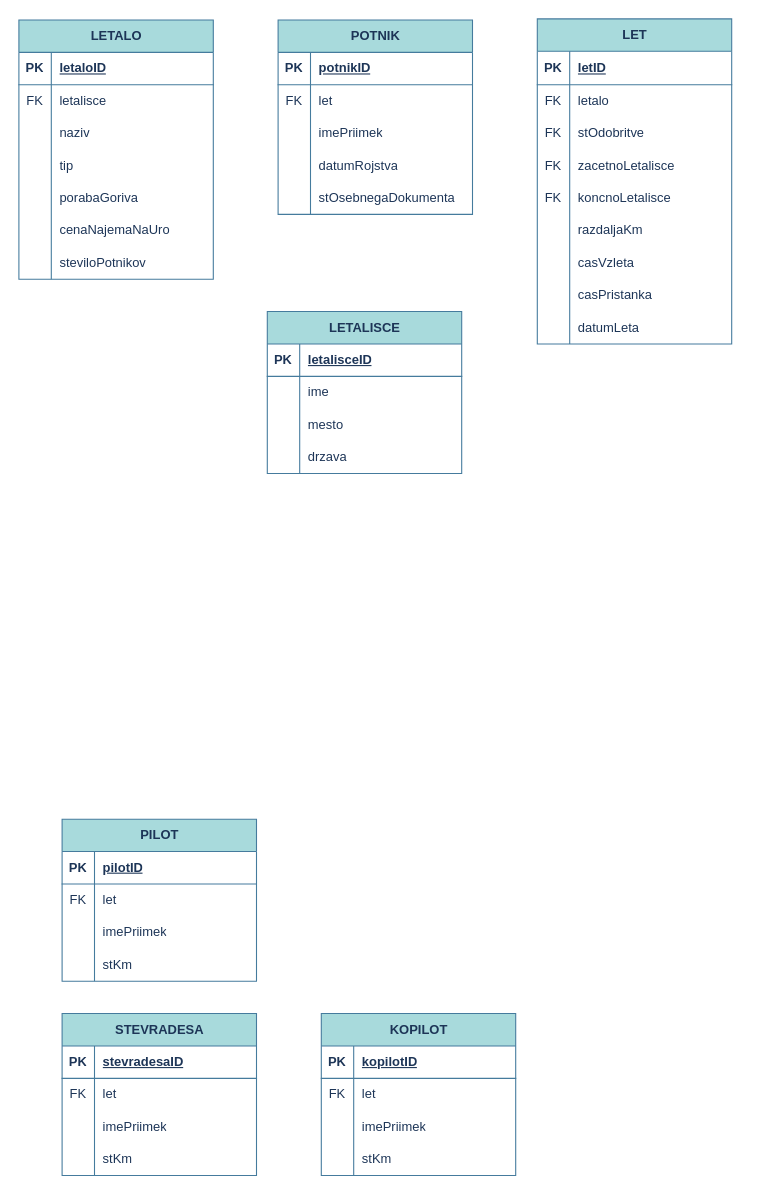
The draw.io diagram Untitled Diagram.drawio in money-beep/pb, before the edit. Source tidied: cells renumbered, new cells numbered last; positions are measured from the earlier drawing's top-left corner, leaving out a move shared by most shapes. Both pictures are drawn from the tidied source at 108%, with x=0, y=0 at pixel (18, 18).
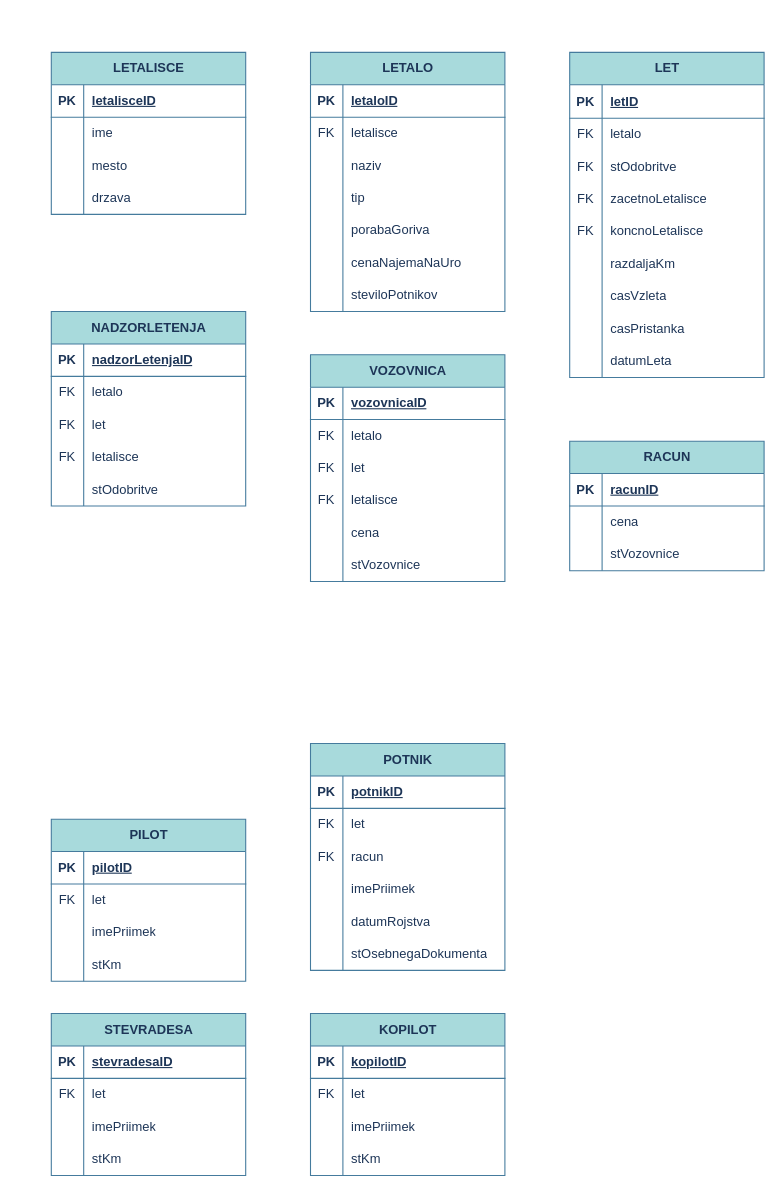
Above is the later version.

Change to the diagram source:
```diff
@@
     <mxCell id="2" value="POTNIK" style="shape=table;startSize=30;childLayout=tableLayout;rowLines=0;fontStyle=1;align=center;html=1;rounded=0;labelBackgroundColor=none;fillColor=#A8DADC;strokeColor=#457B9D;fontColor=#1D3557;" parent="1" vertex="1">
-      <mxGeometry x="240" y="1" width="180" height="180" as="geometry" />
+      <mxGeometry x="270" y="671" width="180" height="210" as="geometry" />
     </mxCell>
@@
+    <mxCell id="120" style="shape=tableRow;horizontal=0;startSize=0;swimlaneHead=0;swimlaneBody=0;fillColor=none;top=0;left=0;right=0;bottom=0;rounded=0;labelBackgroundColor=none;strokeColor=#457B9D;fontColor=#1D3557;" parent="2" vertex="1">
+      <mxGeometry y="90" width="180" height="30" as="geometry" />
+    </mxCell>
+    <mxCell id="121" value="FK" style="shape=partialRectangle;fillColor=none;top=0;left=0;bottom=0;right=0;overflow=hidden;whiteSpace=wrap;html=1;rounded=0;labelBackgroundColor=none;strokeColor=#457B9D;fontColor=#1D3557;" parent="120" vertex="1">
+      <mxGeometry width="30" height="30" as="geometry" />
+    </mxCell>
+    <mxCell id="122" value="racun" style="shape=partialRectangle;fillColor=none;top=0;left=0;bottom=0;right=0;align=left;spacingLeft=6;overflow=hidden;whiteSpace=wrap;html=1;rounded=0;labelBackgroundColor=none;strokeColor=#457B9D;fontColor=#1D3557;" parent="120" vertex="1">
+      <mxGeometry x="30" width="150" height="30" as="geometry" />
+    </mxCell>
     <mxCell id="9" style="shape=tableRow;horizontal=0;startSize=0;swimlaneHead=0;swimlaneBody=0;fillColor=none;top=0;left=0;right=0;bottom=0;rounded=0;labelBackgroundColor=none;strokeColor=#457B9D;fontColor=#1D3557;" parent="2" vertex="1">
-      <mxGeometry y="90" width="180" height="30" as="geometry" />
+      <mxGeometry y="120" width="180" height="30" as="geometry" />
     </mxCell>
@@
     <mxCell id="12" style="shape=tableRow;horizontal=0;startSize=0;swimlaneHead=0;swimlaneBody=0;fillColor=none;top=0;left=0;right=0;bottom=0;rounded=0;labelBackgroundColor=none;strokeColor=#457B9D;fontColor=#1D3557;" parent="2" vertex="1">
-      <mxGeometry y="120" width="180" height="30" as="geometry" />
+      <mxGeometry y="150" width="180" height="30" as="geometry" />
     </mxCell>
@@
     <mxCell id="15" style="shape=tableRow;horizontal=0;startSize=0;swimlaneHead=0;swimlaneBody=0;fillColor=none;top=0;left=0;right=0;bottom=0;rounded=0;labelBackgroundColor=none;strokeColor=#457B9D;fontColor=#1D3557;" parent="2" vertex="1">
-      <mxGeometry y="150" width="180" height="30" as="geometry" />
+      <mxGeometry y="180" width="180" height="30" as="geometry" />
     </mxCell>
@@
     <mxCell id="18" value="LET" style="shape=table;startSize=30;childLayout=tableLayout;rowLines=0;fontStyle=1;align=center;html=1;rounded=0;labelBackgroundColor=none;fillColor=#A8DADC;strokeColor=#457B9D;fontColor=#1D3557;" parent="1" vertex="1">
-      <mxGeometry x="480" width="180" height="301" as="geometry" />
+      <mxGeometry x="510" y="31" width="180" height="301" as="geometry" />
     </mxCell>
@@
     <mxCell id="46" value="LETALO" style="shape=table;startSize=30;childLayout=tableLayout;rowLines=0;fontStyle=1;align=center;html=1;rounded=0;labelBackgroundColor=none;fillColor=#A8DADC;strokeColor=#457B9D;fontColor=#1D3557;" parent="1" vertex="1">
-      <mxGeometry y="1" width="180" height="240" as="geometry" />
+      <mxGeometry x="270" y="31" width="180" height="240" as="geometry" />
     </mxCell>
@@
     <mxCell id="68" value="PILOT" style="shape=table;startSize=30;childLayout=tableLayout;rowLines=0;fontStyle=1;align=center;html=1;rounded=0;labelBackgroundColor=none;fillColor=#A8DADC;strokeColor=#457B9D;fontColor=#1D3557;" parent="1" vertex="1">
-      <mxGeometry x="40" y="741" width="180" height="150" as="geometry" />
+      <mxGeometry x="30" y="741" width="180" height="150" as="geometry" />
     </mxCell>
@@
     <mxCell id="81" value="LETALISCE" style="shape=table;startSize=30;childLayout=tableLayout;rowLines=0;fontStyle=1;align=center;html=1;rounded=0;labelBackgroundColor=none;fillColor=#A8DADC;strokeColor=#457B9D;fontColor=#1D3557;" parent="1" vertex="1">
-      <mxGeometry x="230" y="271" width="180" height="150" as="geometry" />
+      <mxGeometry x="30" y="31" width="180" height="150" as="geometry" />
     </mxCell>
@@
     <mxCell id="94" value="STEVRADESA" style="shape=table;startSize=30;childLayout=tableLayout;rowLines=0;fontStyle=1;align=center;html=1;rounded=0;labelBackgroundColor=none;fillColor=#A8DADC;strokeColor=#457B9D;fontColor=#1D3557;" parent="1" vertex="1">
-      <mxGeometry x="40" y="921" width="180" height="150" as="geometry" />
+      <mxGeometry x="30" y="921" width="180" height="150" as="geometry" />
     </mxCell>
@@
     <mxCell id="107" value="KOPILOT" style="shape=table;startSize=30;childLayout=tableLayout;rowLines=0;fontStyle=1;align=center;html=1;rounded=0;labelBackgroundColor=none;fillColor=#A8DADC;strokeColor=#457B9D;fontColor=#1D3557;" parent="1" vertex="1">
-      <mxGeometry x="280" y="921" width="180" height="150" as="geometry" />
+      <mxGeometry x="270" y="921" width="180" height="150" as="geometry" />
     </mxCell>
@@
+    <mxCell id="123" value="NADZORLETENJA" style="shape=table;startSize=30;childLayout=tableLayout;rowLines=0;fontStyle=1;align=center;html=1;rounded=0;labelBackgroundColor=none;fillColor=#A8DADC;strokeColor=#457B9D;fontColor=#1D3557;" parent="1" vertex="1">
+      <mxGeometry x="30" y="271" width="180" height="180" as="geometry" />
+    </mxCell>
+    <mxCell id="124" style="shape=tableRow;horizontal=0;startSize=0;swimlaneHead=0;swimlaneBody=0;fillColor=none;top=0;left=0;right=0;bottom=1;rounded=0;labelBackgroundColor=none;strokeColor=#457B9D;fontColor=#1D3557;" parent="123" vertex="1">
+      <mxGeometry y="30" width="180" height="30" as="geometry" />
+    </mxCell>
+    <mxCell id="125" value="PK" style="shape=partialRectangle;fillColor=none;top=0;left=0;bottom=0;right=0;fontStyle=1;overflow=hidden;whiteSpace=wrap;html=1;rounded=0;labelBackgroundColor=none;strokeColor=#457B9D;fontColor=#1D3557;" parent="124" vertex="1">
+      <mxGeometry width="30" height="30" as="geometry" />
+    </mxCell>
+    <mxCell id="126" value="nadzorLetenjaID" style="shape=partialRectangle;fillColor=none;top=0;left=0;bottom=0;right=0;align=left;spacingLeft=6;fontStyle=5;overflow=hidden;whiteSpace=wrap;html=1;rounded=0;labelBackgroundColor=none;strokeColor=#457B9D;fontColor=#1D3557;" parent="124" vertex="1">
+      <mxGeometry x="30" width="150" height="30" as="geometry" />
+    </mxCell>
+    <mxCell id="127" style="shape=tableRow;horizontal=0;startSize=0;swimlaneHead=0;swimlaneBody=0;fillColor=none;top=0;left=0;right=0;bottom=0;rounded=0;labelBackgroundColor=none;strokeColor=#457B9D;fontColor=#1D3557;" parent="123" vertex="1">
+      <mxGeometry y="60" width="180" height="30" as="geometry" />
+    </mxCell>
+    <mxCell id="128" value="FK" style="shape=partialRectangle;fillColor=none;top=0;left=0;bottom=0;right=0;overflow=hidden;whiteSpace=wrap;html=1;rounded=0;labelBackgroundColor=none;strokeColor=#457B9D;fontColor=#1D3557;" parent="127" vertex="1">
+      <mxGeometry width="30" height="30" as="geometry" />
+    </mxCell>
+    <mxCell id="129" value="letalo" style="shape=partialRectangle;fillColor=none;top=0;left=0;bottom=0;right=0;align=left;spacingLeft=6;overflow=hidden;whiteSpace=wrap;html=1;rounded=0;labelBackgroundColor=none;strokeColor=#457B9D;fontColor=#1D3557;" parent="127" vertex="1">
+      <mxGeometry x="30" width="150" height="30" as="geometry" />
+    </mxCell>
+    <mxCell id="130" style="shape=tableRow;horizontal=0;startSize=0;swimlaneHead=0;swimlaneBody=0;fillColor=none;top=0;left=0;right=0;bottom=0;rounded=0;labelBackgroundColor=none;strokeColor=#457B9D;fontColor=#1D3557;" parent="123" vertex="1">
+      <mxGeometry y="90" width="180" height="30" as="geometry" />
+    </mxCell>
+    <mxCell id="131" value="FK" style="shape=partialRectangle;fillColor=none;top=0;left=0;bottom=0;right=0;overflow=hidden;whiteSpace=wrap;html=1;rounded=0;labelBackgroundColor=none;strokeColor=#457B9D;fontColor=#1D3557;" parent="130" vertex="1">
+      <mxGeometry width="30" height="30" as="geometry" />
+    </mxCell>
+    <mxCell id="132" value="let" style="shape=partialRectangle;fillColor=none;top=0;left=0;bottom=0;right=0;align=left;spacingLeft=6;overflow=hidden;whiteSpace=wrap;html=1;rounded=0;labelBackgroundColor=none;strokeColor=#457B9D;fontColor=#1D3557;" parent="130" vertex="1">
+      <mxGeometry x="30" width="150" height="30" as="geometry" />
+    </mxCell>
+    <mxCell id="133" style="shape=tableRow;horizontal=0;startSize=0;swimlaneHead=0;swimlaneBody=0;fillColor=none;top=0;left=0;right=0;bottom=0;rounded=0;labelBackgroundColor=none;strokeColor=#457B9D;fontColor=#1D3557;" parent="123" vertex="1">
+      <mxGeometry y="120" width="180" height="30" as="geometry" />
+    </mxCell>
+    <mxCell id="134" value="FK" style="shape=partialRectangle;fillColor=none;top=0;left=0;bottom=0;right=0;overflow=hidden;whiteSpace=wrap;html=1;rounded=0;labelBackgroundColor=none;strokeColor=#457B9D;fontColor=#1D3557;" parent="133" vertex="1">
+      <mxGeometry width="30" height="30" as="geometry" />
+    </mxCell>
+    <mxCell id="135" value="letalisce" style="shape=partialRectangle;fillColor=none;top=0;left=0;bottom=0;right=0;align=left;spacingLeft=6;overflow=hidden;whiteSpace=wrap;html=1;rounded=0;labelBackgroundColor=none;strokeColor=#457B9D;fontColor=#1D3557;" parent="133" vertex="1">
+      <mxGeometry x="30" width="150" height="30" as="geometry" />
+    </mxCell>
+    <mxCell id="136" style="shape=tableRow;horizontal=0;startSize=0;swimlaneHead=0;swimlaneBody=0;fillColor=none;top=0;left=0;right=0;bottom=0;rounded=0;labelBackgroundColor=none;strokeColor=#457B9D;fontColor=#1D3557;" parent="123" vertex="1">
+      <mxGeometry y="150" width="180" height="30" as="geometry" />
+    </mxCell>
+    <mxCell id="137" style="shape=partialRectangle;fillColor=none;top=0;left=0;bottom=0;right=0;overflow=hidden;whiteSpace=wrap;html=1;rounded=0;labelBackgroundColor=none;strokeColor=#457B9D;fontColor=#1D3557;" parent="136" vertex="1">
+      <mxGeometry width="30" height="30" as="geometry" />
+    </mxCell>
+    <mxCell id="138" value="stOdobritve" style="shape=partialRectangle;fillColor=none;top=0;left=0;bottom=0;right=0;align=left;spacingLeft=6;overflow=hidden;whiteSpace=wrap;html=1;rounded=0;labelBackgroundColor=none;strokeColor=#457B9D;fontColor=#1D3557;" parent="136" vertex="1">
+      <mxGeometry x="30" width="150" height="30" as="geometry" />
+    </mxCell>
+    <mxCell id="139" value="VOZOVNICA" style="shape=table;startSize=30;childLayout=tableLayout;rowLines=0;fontStyle=1;align=center;html=1;rounded=0;labelBackgroundColor=none;fillColor=#A8DADC;strokeColor=#457B9D;fontColor=#1D3557;" parent="1" vertex="1">
+      <mxGeometry x="270" y="311" width="180" height="210" as="geometry" />
+    </mxCell>
+    <mxCell id="140" style="shape=tableRow;horizontal=0;startSize=0;swimlaneHead=0;swimlaneBody=0;fillColor=none;top=0;left=0;right=0;bottom=1;rounded=0;labelBackgroundColor=none;strokeColor=#457B9D;fontColor=#1D3557;" parent="139" vertex="1">
+      <mxGeometry y="30" width="180" height="30" as="geometry" />
+    </mxCell>
+    <mxCell id="141" value="PK" style="shape=partialRectangle;fillColor=none;top=0;left=0;bottom=0;right=0;fontStyle=1;overflow=hidden;whiteSpace=wrap;html=1;rounded=0;labelBackgroundColor=none;strokeColor=#457B9D;fontColor=#1D3557;" parent="140" vertex="1">
+      <mxGeometry width="30" height="30" as="geometry" />
+    </mxCell>
+    <mxCell id="142" value="vozovnicaID" style="shape=partialRectangle;fillColor=none;top=0;left=0;bottom=0;right=0;align=left;spacingLeft=6;fontStyle=5;overflow=hidden;whiteSpace=wrap;html=1;rounded=0;labelBackgroundColor=none;strokeColor=#457B9D;fontColor=#1D3557;" parent="140" vertex="1">
+      <mxGeometry x="30" width="150" height="30" as="geometry" />
+    </mxCell>
+    <mxCell id="143" style="shape=tableRow;horizontal=0;startSize=0;swimlaneHead=0;swimlaneBody=0;fillColor=none;top=0;left=0;right=0;bottom=0;rounded=0;labelBackgroundColor=none;strokeColor=#457B9D;fontColor=#1D3557;" parent="139" vertex="1">
+      <mxGeometry y="60" width="180" height="30" as="geometry" />
+    </mxCell>
+    <mxCell id="144" value="FK" style="shape=partialRectangle;fillColor=none;top=0;left=0;bottom=0;right=0;overflow=hidden;whiteSpace=wrap;html=1;rounded=0;labelBackgroundColor=none;strokeColor=#457B9D;fontColor=#1D3557;" parent="143" vertex="1">
+      <mxGeometry width="30" height="30" as="geometry" />
+    </mxCell>
+    <mxCell id="145" value="letalo" style="shape=partialRectangle;fillColor=none;top=0;left=0;bottom=0;right=0;align=left;spacingLeft=6;overflow=hidden;whiteSpace=wrap;html=1;rounded=0;labelBackgroundColor=none;strokeColor=#457B9D;fontColor=#1D3557;" parent="143" vertex="1">
+      <mxGeometry x="30" width="150" height="30" as="geometry" />
+    </mxCell>
+    <mxCell id="146" style="shape=tableRow;horizontal=0;startSize=0;swimlaneHead=0;swimlaneBody=0;fillColor=none;top=0;left=0;right=0;bottom=0;rounded=0;labelBackgroundColor=none;strokeColor=#457B9D;fontColor=#1D3557;" parent="139" vertex="1">
+      <mxGeometry y="90" width="180" height="30" as="geometry" />
+    </mxCell>
+    <mxCell id="147" value="FK" style="shape=partialRectangle;fillColor=none;top=0;left=0;bottom=0;right=0;overflow=hidden;whiteSpace=wrap;html=1;rounded=0;labelBackgroundColor=none;strokeColor=#457B9D;fontColor=#1D3557;" parent="146" vertex="1">
+      <mxGeometry width="30" height="30" as="geometry" />
+    </mxCell>
+    <mxCell id="148" value="let" style="shape=partialRectangle;fillColor=none;top=0;left=0;bottom=0;right=0;align=left;spacingLeft=6;overflow=hidden;whiteSpace=wrap;html=1;rounded=0;labelBackgroundColor=none;strokeColor=#457B9D;fontColor=#1D3557;" parent="146" vertex="1">
+      <mxGeometry x="30" width="150" height="30" as="geometry" />
+    </mxCell>
+    <mxCell id="149" style="shape=tableRow;horizontal=0;startSize=0;swimlaneHead=0;swimlaneBody=0;fillColor=none;top=0;left=0;right=0;bottom=0;rounded=0;labelBackgroundColor=none;strokeColor=#457B9D;fontColor=#1D3557;" parent="139" vertex="1">
+      <mxGeometry y="120" width="180" height="30" as="geometry" />
+    </mxCell>
+    <mxCell id="150" value="FK" style="shape=partialRectangle;fillColor=none;top=0;left=0;bottom=0;right=0;overflow=hidden;whiteSpace=wrap;html=1;rounded=0;labelBackgroundColor=none;strokeColor=#457B9D;fontColor=#1D3557;" parent="149" vertex="1">
+      <mxGeometry width="30" height="30" as="geometry" />
+    </mxCell>
+    <mxCell id="151" value="letalisce" style="shape=partialRectangle;fillColor=none;top=0;left=0;bottom=0;right=0;align=left;spacingLeft=6;overflow=hidden;whiteSpace=wrap;html=1;rounded=0;labelBackgroundColor=none;strokeColor=#457B9D;fontColor=#1D3557;" parent="149" vertex="1">
+      <mxGeometry x="30" width="150" height="30" as="geometry" />
+    </mxCell>
+    <mxCell id="152" style="shape=tableRow;horizontal=0;startSize=0;swimlaneHead=0;swimlaneBody=0;fillColor=none;top=0;left=0;right=0;bottom=0;rounded=0;labelBackgroundColor=none;strokeColor=#457B9D;fontColor=#1D3557;" parent="139" vertex="1">
+      <mxGeometry y="150" width="180" height="30" as="geometry" />
+    </mxCell>
+    <mxCell id="153" style="shape=partialRectangle;fillColor=none;top=0;left=0;bottom=0;right=0;overflow=hidden;whiteSpace=wrap;html=1;rounded=0;labelBackgroundColor=none;strokeColor=#457B9D;fontColor=#1D3557;" parent="152" vertex="1">
+      <mxGeometry width="30" height="30" as="geometry" />
+    </mxCell>
+    <mxCell id="154" value="cena" style="shape=partialRectangle;fillColor=none;top=0;left=0;bottom=0;right=0;align=left;spacingLeft=6;overflow=hidden;whiteSpace=wrap;html=1;rounded=0;labelBackgroundColor=none;strokeColor=#457B9D;fontColor=#1D3557;" parent="152" vertex="1">
+      <mxGeometry x="30" width="150" height="30" as="geometry" />
+    </mxCell>
+    <mxCell id="155" style="shape=tableRow;horizontal=0;startSize=0;swimlaneHead=0;swimlaneBody=0;fillColor=none;top=0;left=0;right=0;bottom=0;rounded=0;labelBackgroundColor=none;strokeColor=#457B9D;fontColor=#1D3557;" parent="139" vertex="1">
+      <mxGeometry y="180" width="180" height="30" as="geometry" />
+    </mxCell>
+    <mxCell id="156" style="shape=partialRectangle;fillColor=none;top=0;left=0;bottom=0;right=0;overflow=hidden;whiteSpace=wrap;html=1;rounded=0;labelBackgroundColor=none;strokeColor=#457B9D;fontColor=#1D3557;" parent="155" vertex="1">
+      <mxGeometry width="30" height="30" as="geometry" />
+    </mxCell>
+    <mxCell id="157" value="stVozovnice" style="shape=partialRectangle;fillColor=none;top=0;left=0;bottom=0;right=0;align=left;spacingLeft=6;overflow=hidden;whiteSpace=wrap;html=1;rounded=0;labelBackgroundColor=none;strokeColor=#457B9D;fontColor=#1D3557;" parent="155" vertex="1">
+      <mxGeometry x="30" width="150" height="30" as="geometry" />
+    </mxCell>
+    <mxCell id="158" value="RACUN" style="shape=table;startSize=30;childLayout=tableLayout;rowLines=0;fontStyle=1;align=center;html=1;rounded=0;labelBackgroundColor=none;fillColor=#A8DADC;strokeColor=#457B9D;fontColor=#1D3557;" parent="1" vertex="1">
+      <mxGeometry x="510" y="391" width="180" height="120" as="geometry" />
+    </mxCell>
+    <mxCell id="159" style="shape=tableRow;horizontal=0;startSize=0;swimlaneHead=0;swimlaneBody=0;fillColor=none;top=0;left=0;right=0;bottom=1;rounded=0;labelBackgroundColor=none;strokeColor=#457B9D;fontColor=#1D3557;" parent="158" vertex="1">
+      <mxGeometry y="30" width="180" height="30" as="geometry" />
+    </mxCell>
+    <mxCell id="160" value="PK" style="shape=partialRectangle;fillColor=none;top=0;left=0;bottom=0;right=0;fontStyle=1;overflow=hidden;whiteSpace=wrap;html=1;rounded=0;labelBackgroundColor=none;strokeColor=#457B9D;fontColor=#1D3557;" parent="159" vertex="1">
+      <mxGeometry width="30" height="30" as="geometry" />
+    </mxCell>
+    <mxCell id="161" value="racunID" style="shape=partialRectangle;fillColor=none;top=0;left=0;bottom=0;right=0;align=left;spacingLeft=6;fontStyle=5;overflow=hidden;whiteSpace=wrap;html=1;rounded=0;labelBackgroundColor=none;strokeColor=#457B9D;fontColor=#1D3557;" parent="159" vertex="1">
+      <mxGeometry x="30" width="150" height="30" as="geometry" />
+    </mxCell>
+    <mxCell id="162" style="shape=tableRow;horizontal=0;startSize=0;swimlaneHead=0;swimlaneBody=0;fillColor=none;top=0;left=0;right=0;bottom=0;rounded=0;labelBackgroundColor=none;strokeColor=#457B9D;fontColor=#1D3557;" parent="158" vertex="1">
+      <mxGeometry y="60" width="180" height="30" as="geometry" />
+    </mxCell>
+    <mxCell id="163" style="shape=partialRectangle;fillColor=none;top=0;left=0;bottom=0;right=0;overflow=hidden;whiteSpace=wrap;html=1;rounded=0;labelBackgroundColor=none;strokeColor=#457B9D;fontColor=#1D3557;" parent="162" vertex="1">
+      <mxGeometry width="30" height="30" as="geometry" />
+    </mxCell>
+    <mxCell id="164" value="cena" style="shape=partialRectangle;fillColor=none;top=0;left=0;bottom=0;right=0;align=left;spacingLeft=6;overflow=hidden;whiteSpace=wrap;html=1;rounded=0;labelBackgroundColor=none;strokeColor=#457B9D;fontColor=#1D3557;" parent="162" vertex="1">
+      <mxGeometry x="30" width="150" height="30" as="geometry" />
+    </mxCell>
+    <mxCell id="165" style="shape=tableRow;horizontal=0;startSize=0;swimlaneHead=0;swimlaneBody=0;fillColor=none;top=0;left=0;right=0;bottom=0;rounded=0;labelBackgroundColor=none;strokeColor=#457B9D;fontColor=#1D3557;" parent="158" vertex="1">
+      <mxGeometry y="90" width="180" height="30" as="geometry" />
+    </mxCell>
+    <mxCell id="166" style="shape=partialRectangle;fillColor=none;top=0;left=0;bottom=0;right=0;overflow=hidden;whiteSpace=wrap;html=1;rounded=0;labelBackgroundColor=none;strokeColor=#457B9D;fontColor=#1D3557;" parent="165" vertex="1">
+      <mxGeometry width="30" height="30" as="geometry" />
+    </mxCell>
+    <mxCell id="167" value="stVozovnice" style="shape=partialRectangle;fillColor=none;top=0;left=0;bottom=0;right=0;align=left;spacingLeft=6;overflow=hidden;whiteSpace=wrap;html=1;rounded=0;labelBackgroundColor=none;strokeColor=#457B9D;fontColor=#1D3557;" parent="165" vertex="1">
+      <mxGeometry x="30" width="150" height="30" as="geometry" />
+    </mxCell>
```
